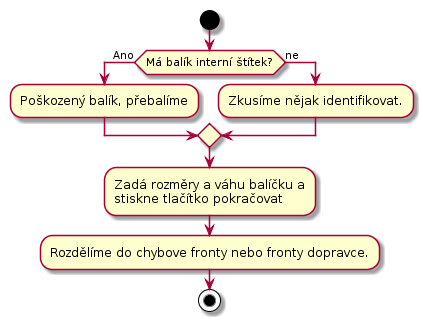
Before: docs/diagrams/out/uc-26-activity.png, a diagram exported from PlantUML (Internet-Handel/postman).
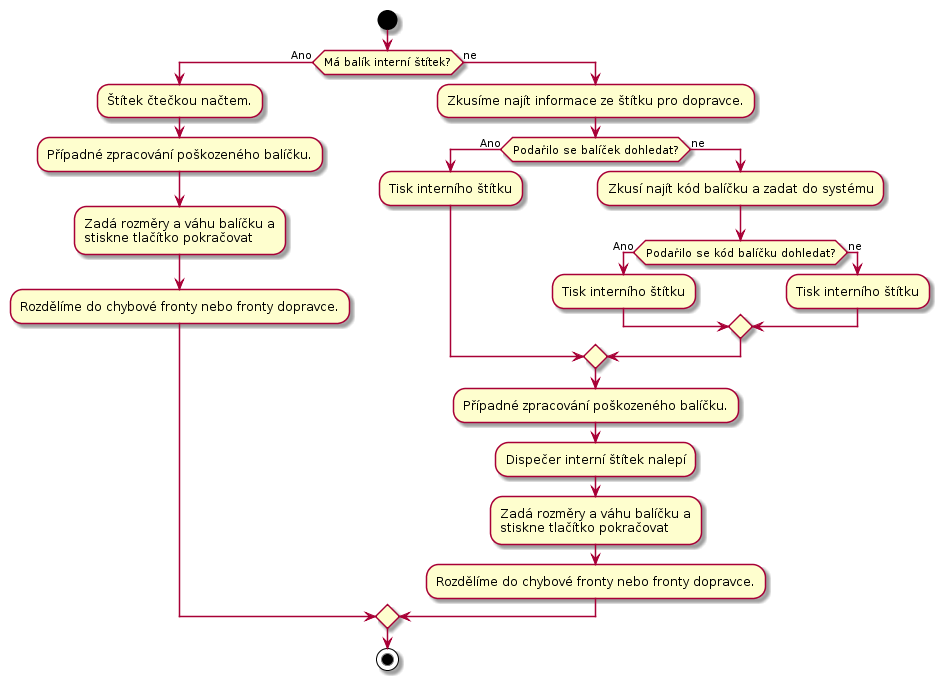
Above is the later version.

What changed in the source:
```diff
@@ -1,15 +1,30 @@
 @startuml
 start
 if (Má balík interní štítek?) then (Ano)
-    :Poškozený balík, přebalíme;
+    :Štítek čtečkou načtem.;
+    :Případné zpracování poškozeného balíčku.;
+    :Zadá rozměry a váhu balíčku a
+    stiskne tlačítko pokračovat;
+    :Rozdělíme do chybové fronty nebo fronty dopravce.;
 else (ne)
-    :Zkusíme nějak identifikovat.;
+    :Zkusíme najít informace ze štítku pro dopravce.;
+    if (Podařilo se balíček dohledat?) then (Ano)
+        :Tisk interního štítku;
+    else (ne)
+        :Zkusí najít kód balíčku a zadat do systému;
+        if (Podařilo se kód balíčku dohledat?) then (Ano)
+            :Tisk interního štítku;
+        else (ne)
+            :Tisk interního štítku;
+        endif
+    endif
+    :Případné zpracování poškozeného balíčku.;
+    :Dispečer interní štítek nalepí;
+    :Zadá rozměry a váhu balíčku a
+    stiskne tlačítko pokračovat;
+    :Rozdělíme do chybové fronty nebo fronty dopravce.;
 endif
 
-:Zadá rozměry a váhu balíčku a
-stiskne tlačítko pokračovat;
-
-:Rozdělíme do chybove fronty nebo fronty dopravce.;
 
 stop
 @enduml
```
